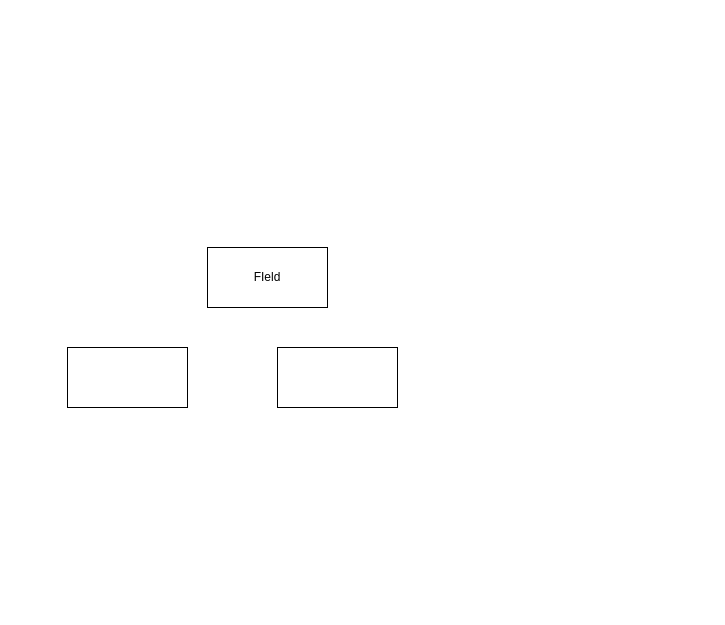
Above: Диаграмма без названия.drawio in denisbobrov0702/AbstrackAddressBook (draw.io), before the change. Source tidied: cells renumbered, new cells numbered last; positions are measured from the earlier drawing's top-left corner, leaving out a move shared by most shapes. Both pictures are drawn from the tidied source at 100%, with x=0, y=0 at pixel (67, 247).
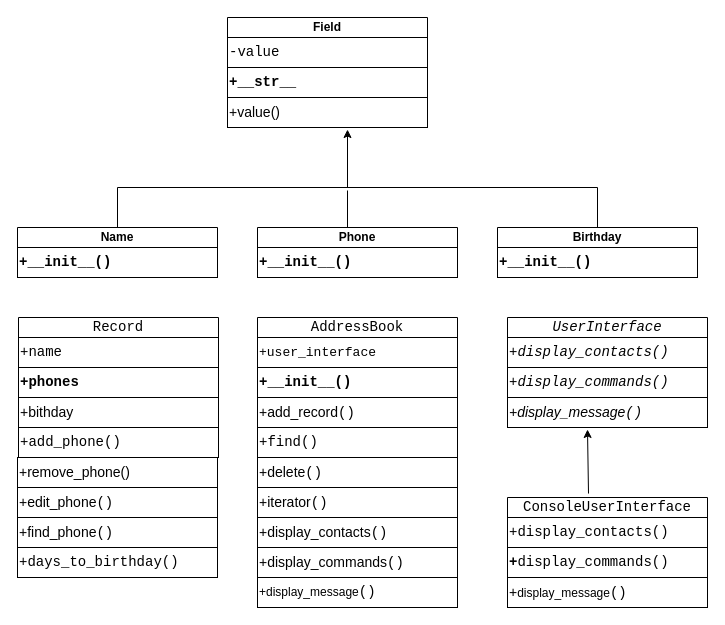
The same diagram, later.

Commit message (it also covers changes not shown here):
UML_AddressBook

The edit, as a diff of the source:
```diff
@@
-    <mxCell id="2" value="FIeld" style="rounded=0;whiteSpace=wrap;html=1;" parent="1" vertex="1">
-      <mxGeometry x="140" width="120" height="60" as="geometry" />
-    </mxCell>
-    <mxCell id="3" style="rounded=0;whiteSpace=wrap;html=1;" parent="1" vertex="1">
-      <mxGeometry x="210" y="100" width="120" height="60" as="geometry" />
-    </mxCell>
+    <mxCell id="5" value="Field&lt;br&gt;" style="swimlane;whiteSpace=wrap;html=1;startSize=20;" parent="1" vertex="1">
+      <mxGeometry x="160" y="-230" width="200" height="110" as="geometry" />
+    </mxCell>
-    <mxCell id="4" style="rounded=0;whiteSpace=wrap;html=1;" parent="1" vertex="1">
-      <mxGeometry y="100" width="120" height="60" as="geometry" />
+    <mxCell id="4" value="&lt;div style=&quot;font-family: Consolas, &amp;quot;Courier New&amp;quot;, monospace; font-size: 14px; line-height: 19px;&quot;&gt;&lt;span style=&quot;background-color: rgb(255, 255, 255);&quot;&gt;-value &lt;/span&gt;&lt;/div&gt;" style="rounded=0;whiteSpace=wrap;html=1;fontColor=#000000;align=left;" parent="5" vertex="1">
+      <mxGeometry y="20" width="200" height="30" as="geometry" />
     </mxCell>
+    <mxCell id="6" value="&lt;div style=&quot;font-family: Consolas, &amp;quot;Courier New&amp;quot;, monospace; font-size: 14px; line-height: 19px;&quot;&gt;&lt;span style=&quot;background-color: rgb(255, 255, 255);&quot;&gt;&lt;b style=&quot;&quot;&gt;+__str__&lt;/b&gt;&lt;/span&gt;&lt;/div&gt;" style="whiteSpace=wrap;html=1;align=left;" parent="5" vertex="1">
+      <mxGeometry y="50" width="200" height="30" as="geometry" />
+    </mxCell>
+    <mxCell id="7" value="&lt;font style=&quot;font-size: 14px;&quot;&gt;+value()&lt;/font&gt;" style="whiteSpace=wrap;html=1;align=left;" parent="5" vertex="1">
+      <mxGeometry y="80" width="200" height="30" as="geometry" />
+    </mxCell>
+    <mxCell id="8" value="&lt;div style=&quot;font-family: Consolas, &amp;quot;Courier New&amp;quot;, monospace; font-size: 14px; line-height: 19px;&quot;&gt;&lt;span style=&quot;background-color: rgb(255, 255, 255);&quot;&gt;+days_to_birthday()&lt;/span&gt;&lt;/div&gt;" style="whiteSpace=wrap;html=1;align=left;" parent="1" vertex="1">
+      <mxGeometry x="-50" y="300" width="200" height="30" as="geometry" />
+    </mxCell>
+    <mxCell id="9" value="+remove_phone()" style="whiteSpace=wrap;html=1;align=left;fontSize=14;labelBackgroundColor=none;fontColor=default;" parent="1" vertex="1">
+      <mxGeometry x="-50" y="210" width="200" height="30" as="geometry" />
+    </mxCell>
+    <mxCell id="10" value="+edit_phone&lt;span style=&quot;font-family: Consolas, &amp;quot;Courier New&amp;quot;, monospace; font-size: 14px;&quot;&gt;()&lt;/span&gt;" style="whiteSpace=wrap;html=1;align=left;fontSize=14;labelBackgroundColor=none;fontColor=default;" parent="1" vertex="1">
+      <mxGeometry x="-50" y="240" width="200" height="30" as="geometry" />
+    </mxCell>
+    <mxCell id="11" value="Name" style="swimlane;whiteSpace=wrap;html=1;startSize=20;" parent="1" vertex="1">
+      <mxGeometry x="-50" y="-20" width="200" height="50" as="geometry" />
+    </mxCell>
+    <mxCell id="12" value="&lt;div style=&quot;font-family: Consolas, &amp;quot;Courier New&amp;quot;, monospace; font-size: 14px; line-height: 19px;&quot;&gt;&lt;div style=&quot;line-height: 19px;&quot;&gt;&lt;span style=&quot;background-color: rgb(255, 255, 255);&quot;&gt;&lt;b style=&quot;&quot;&gt;+__init__()&lt;/b&gt;&lt;/span&gt;&lt;/div&gt;&lt;/div&gt;" style="rounded=0;whiteSpace=wrap;html=1;fontColor=#000000;align=left;" parent="11" vertex="1">
+      <mxGeometry y="20" width="200" height="30" as="geometry" />
+    </mxCell>
+    <mxCell id="13" value="Phone" style="swimlane;whiteSpace=wrap;html=1;startSize=20;" parent="1" vertex="1">
+      <mxGeometry x="190" y="-20" width="200" height="50" as="geometry" />
+    </mxCell>
+    <mxCell id="14" value="&lt;div style=&quot;font-family: Consolas, &amp;quot;Courier New&amp;quot;, monospace; font-size: 14px; line-height: 19px;&quot;&gt;&lt;div style=&quot;line-height: 19px;&quot;&gt;&lt;span style=&quot;background-color: rgb(255, 255, 255);&quot;&gt;&lt;b style=&quot;&quot;&gt;+__init__()&lt;/b&gt;&lt;/span&gt;&lt;/div&gt;&lt;/div&gt;" style="rounded=0;whiteSpace=wrap;html=1;fontColor=#000000;align=left;" parent="13" vertex="1">
+      <mxGeometry y="20" width="200" height="30" as="geometry" />
+    </mxCell>
+    <mxCell id="15" value="Birthday" style="swimlane;whiteSpace=wrap;html=1;startSize=20;" parent="1" vertex="1">
+      <mxGeometry x="430" y="-20" width="200" height="50" as="geometry" />
+    </mxCell>
+    <mxCell id="16" value="&lt;div style=&quot;font-family: Consolas, &amp;quot;Courier New&amp;quot;, monospace; font-size: 14px; line-height: 19px;&quot;&gt;&lt;div style=&quot;line-height: 19px;&quot;&gt;&lt;span style=&quot;background-color: rgb(255, 255, 255);&quot;&gt;&lt;b style=&quot;&quot;&gt;+__init__()&lt;/b&gt;&lt;/span&gt;&lt;/div&gt;&lt;/div&gt;" style="rounded=0;whiteSpace=wrap;html=1;fontColor=#000000;align=left;" parent="15" vertex="1">
+      <mxGeometry y="20" width="200" height="30" as="geometry" />
+    </mxCell>
+    <mxCell id="17" style="endArrow=none;html=1;rounded=0;" parent="1" edge="1">
+      <mxGeometry relative="1" as="geometry">
+        <mxPoint x="50" y="-20" as="sourcePoint" />
+        <mxPoint x="50" y="-60" as="targetPoint" />
+      </mxGeometry>
+    </mxCell>
+    <mxCell id="18" style="endArrow=none;html=1;rounded=0;" parent="1" edge="1">
+      <mxGeometry relative="1" as="geometry">
+        <mxPoint x="50" y="-60" as="sourcePoint" />
+        <mxPoint x="530" y="-60" as="targetPoint" />
+      </mxGeometry>
+    </mxCell>
+    <mxCell id="19" style="endArrow=none;html=1;rounded=0;exitX=0.5;exitY=0;exitDx=0;exitDy=0;entryX=-0.1;entryY=0.4;entryDx=0;entryDy=0;entryPerimeter=0;" parent="1" edge="1" source="15">
+      <mxGeometry relative="1" as="geometry">
+        <mxPoint x="530" y="-60" as="targetPoint" />
+      </mxGeometry>
+    </mxCell>
+    <mxCell id="20" style="endArrow=none;html=1;rounded=0;exitX=0.43;exitY=-0.06;exitDx=0;exitDy=0;exitPerimeter=0;" parent="1" edge="1">
+      <mxGeometry relative="1" as="geometry">
+        <mxPoint x="280" y="-20" as="sourcePoint" />
+        <mxPoint x="280" y="-57" as="targetPoint" />
+      </mxGeometry>
+    </mxCell>
+    <mxCell id="21" style="endArrow=classic;html=1;rounded=0;entryX=0.6;entryY=1.067;entryDx=0;entryDy=0;entryPerimeter=0;" parent="1" edge="1" target="7">
+      <mxGeometry relative="1" as="geometry">
+        <mxPoint x="280" y="-60" as="sourcePoint" />
+      </mxGeometry>
+    </mxCell>
+    <mxCell id="22" value="&lt;div style=&quot;font-family: Consolas, &amp;quot;Courier New&amp;quot;, monospace; font-weight: normal; font-size: 14px; line-height: 19px;&quot;&gt;&lt;span style=&quot;background-color: rgb(255, 255, 255);&quot;&gt;Record&lt;/span&gt;&lt;/div&gt;" style="swimlane;whiteSpace=wrap;html=1;startSize=20;" parent="1" vertex="1">
+      <mxGeometry x="-49" y="70" width="200" height="140" as="geometry" />
+    </mxCell>
+    <mxCell id="23" value="&lt;div style=&quot;font-family: Consolas, &amp;quot;Courier New&amp;quot;, monospace; font-size: 14px; line-height: 19px;&quot;&gt;&lt;span style=&quot;background-color: rgb(255, 255, 255);&quot;&gt;+name&lt;/span&gt;&lt;/div&gt;" style="rounded=0;whiteSpace=wrap;html=1;fontColor=#000000;align=left;" parent="22" vertex="1">
+      <mxGeometry y="20" width="200" height="30" as="geometry" />
+    </mxCell>
+    <mxCell id="24" value="&lt;div style=&quot;font-family: Consolas, &amp;quot;Courier New&amp;quot;, monospace; font-size: 14px; line-height: 19px;&quot;&gt;&lt;span style=&quot;font-size: 14px;&quot;&gt;&lt;b style=&quot;font-size: 14px;&quot;&gt;+phones&lt;/b&gt;&lt;/span&gt;&lt;/div&gt;" style="whiteSpace=wrap;html=1;align=left;fontSize=14;labelBackgroundColor=none;fontColor=default;" parent="22" vertex="1">
+      <mxGeometry y="50" width="200" height="30" as="geometry" />
+    </mxCell>
+    <mxCell id="25" value="&lt;font style=&quot;font-size: 14px;&quot;&gt;+bithday&lt;/font&gt;" style="whiteSpace=wrap;html=1;align=left;fontSize=14;labelBackgroundColor=none;fontColor=default;" parent="22" vertex="1">
+      <mxGeometry y="80" width="200" height="30" as="geometry" />
+    </mxCell>
+    <mxCell id="26" value="&lt;div style=&quot;font-family: Consolas, &amp;quot;Courier New&amp;quot;, monospace; font-size: 14px; line-height: 19px;&quot;&gt;+add_phone()&lt;/div&gt;" style="whiteSpace=wrap;html=1;align=left;fontSize=14;labelBackgroundColor=none;fontColor=default;" parent="22" vertex="1">
+      <mxGeometry y="110" width="200" height="30" as="geometry" />
+    </mxCell>
+    <mxCell id="27" value="+find_phone&lt;span style=&quot;font-family: Consolas, &amp;quot;Courier New&amp;quot;, monospace; font-size: 14px;&quot;&gt;()&lt;/span&gt;" style="whiteSpace=wrap;html=1;align=left;fontSize=14;labelBackgroundColor=none;fontColor=default;" parent="1" vertex="1">
+      <mxGeometry x="-50" y="270" width="200" height="30" as="geometry" />
+    </mxCell>
+    <mxCell id="28" value="+display_contacts&lt;span style=&quot;font-family: Consolas, &amp;quot;Courier New&amp;quot;, monospace; font-size: 14px;&quot;&gt;()&lt;/span&gt;" style="whiteSpace=wrap;html=1;labelBackgroundColor=none;fontColor=default;align=left;fontSize=14;" parent="1" vertex="1">
+      <mxGeometry x="190" y="270" width="200" height="30" as="geometry" />
+    </mxCell>
+    <mxCell id="29" value="+iterator&lt;span style=&quot;font-family: Consolas, &amp;quot;Courier New&amp;quot;, monospace; font-size: 14px;&quot;&gt;()&lt;/span&gt;" style="whiteSpace=wrap;html=1;labelBackgroundColor=none;fontColor=default;align=left;fontSize=14;" parent="1" vertex="1">
+      <mxGeometry x="190" y="240" width="200" height="30" as="geometry" />
+    </mxCell>
+    <mxCell id="30" value="+delete&lt;span style=&quot;font-family: Consolas, &amp;quot;Courier New&amp;quot;, monospace; font-size: 14px;&quot;&gt;()&lt;/span&gt;" style="whiteSpace=wrap;html=1;labelBackgroundColor=none;fontColor=default;align=left;fontSize=14;" parent="1" vertex="1">
+      <mxGeometry x="190" y="210" width="200" height="30" as="geometry" />
+    </mxCell>
+    <mxCell id="31" value="+display_commands&lt;span style=&quot;font-family: Consolas, &amp;quot;Courier New&amp;quot;, monospace; font-size: 14px;&quot;&gt;(&lt;/span&gt;&lt;span style=&quot;font-family: Consolas, &amp;quot;Courier New&amp;quot;, monospace; font-size: 14px;&quot;&gt;)&lt;/span&gt;" style="whiteSpace=wrap;html=1;align=left;labelBackgroundColor=none;fontColor=default;fontSize=14;" parent="1" vertex="1">
+      <mxGeometry x="190" y="300" width="200" height="30" as="geometry" />
+    </mxCell>
+    <mxCell id="32" value="&lt;div style=&quot;font-family: Consolas, &amp;quot;Courier New&amp;quot;, monospace; font-weight: normal; font-size: 14px; line-height: 19px;&quot;&gt;&lt;div style=&quot;line-height: 19px;&quot;&gt;AddressBook&lt;/div&gt;&lt;/div&gt;" style="swimlane;whiteSpace=wrap;html=1;startSize=20;labelBackgroundColor=none;fontColor=#000000;" parent="1" vertex="1">
+      <mxGeometry x="190" y="70" width="200" height="140" as="geometry" />
+    </mxCell>
+    <mxCell id="33" value="&lt;div style=&quot;font-family: Consolas, &amp;quot;Courier New&amp;quot;, monospace; font-size: 13px; line-height: 19px;&quot;&gt;&lt;div style=&quot;line-height: 19px; font-size: 13px;&quot;&gt;+user_interface&lt;/div&gt;&lt;/div&gt;" style="rounded=0;whiteSpace=wrap;html=1;fontColor=default;align=left;labelBackgroundColor=none;fontSize=13;" parent="32" vertex="1">
+      <mxGeometry y="20" width="200" height="30" as="geometry" />
+    </mxCell>
+    <mxCell id="34" value="&lt;div style=&quot;font-family: Consolas, &amp;quot;Courier New&amp;quot;, monospace; font-size: 14px; line-height: 19px;&quot;&gt;&lt;b style=&quot;border-color: var(--border-color); font-size: 14px;&quot;&gt;+__init__()&lt;/b&gt;&lt;br style=&quot;font-size: 14px;&quot;&gt;&lt;/div&gt;" style="whiteSpace=wrap;html=1;align=left;fontSize=14;labelBackgroundColor=none;fontColor=default;" parent="32" vertex="1">
+      <mxGeometry y="50" width="200" height="30" as="geometry" />
+    </mxCell>
+    <mxCell id="35" value="&lt;font style=&quot;font-size: 14px;&quot;&gt;+&lt;/font&gt;add_record&lt;span style=&quot;font-family: Consolas, &amp;quot;Courier New&amp;quot;, monospace; font-size: 14px;&quot;&gt;()&lt;/span&gt;" style="whiteSpace=wrap;html=1;align=left;fontSize=14;labelBackgroundColor=none;fontColor=default;" parent="32" vertex="1">
+      <mxGeometry y="80" width="200" height="30" as="geometry" />
+    </mxCell>
+    <mxCell id="36" value="&lt;div style=&quot;font-family: Consolas, &amp;quot;Courier New&amp;quot;, monospace; font-size: 14px; line-height: 19px;&quot;&gt;+find&lt;span style=&quot;font-size: 14px;&quot;&gt;()&lt;/span&gt;&lt;/div&gt;" style="whiteSpace=wrap;html=1;align=left;fontSize=14;labelBackgroundColor=none;fontColor=default;" parent="32" vertex="1">
+      <mxGeometry y="110" width="200" height="30" as="geometry" />
+    </mxCell>
+    <mxCell id="37" value="&lt;font style=&quot;background-color: rgb(255, 255, 255);&quot;&gt;+display_message&lt;span style=&quot;font-family: Consolas, &amp;quot;Courier New&amp;quot;, monospace; font-size: 14px;&quot;&gt;()&lt;/span&gt;&lt;/font&gt;" style="whiteSpace=wrap;html=1;align=left;" parent="1" vertex="1">
+      <mxGeometry x="190" y="330" width="200" height="30" as="geometry" />
+    </mxCell>
+    <mxCell id="38" value="&lt;div style=&quot;font-family: Consolas, &amp;quot;Courier New&amp;quot;, monospace; font-weight: normal; font-size: 14px; line-height: 19px;&quot;&gt;&lt;span&gt;UserInterface&lt;/span&gt;&lt;/div&gt;" style="swimlane;whiteSpace=wrap;html=1;startSize=20;labelBackgroundColor=none;fontColor=default;fontStyle=2;" parent="1" vertex="1">
+      <mxGeometry x="440" y="70" width="200" height="110" as="geometry" />
+    </mxCell>
+    <mxCell id="39" value="&lt;div style=&quot;font-family: Consolas, &amp;quot;Courier New&amp;quot;, monospace; font-size: 14px; line-height: 19px;&quot;&gt;&lt;span style=&quot;&quot;&gt;+&lt;/span&gt;display_contacts&lt;span style=&quot;&quot;&gt;()&lt;/span&gt;&lt;/div&gt;" style="rounded=0;whiteSpace=wrap;html=1;fontColor=default;align=left;labelBackgroundColor=none;fontStyle=2;" parent="38" vertex="1">
+      <mxGeometry y="20" width="200" height="30" as="geometry" />
+    </mxCell>
+    <mxCell id="40" value="&lt;div style=&quot;font-family: Consolas, &amp;quot;Courier New&amp;quot;, monospace; font-size: 14px; line-height: 19px;&quot;&gt;&lt;div style=&quot;line-height: 19px; font-size: 14px;&quot;&gt;+display_commands()&lt;/div&gt;&lt;/div&gt;" style="whiteSpace=wrap;html=1;align=left;labelBackgroundColor=none;fontColor=default;fontStyle=2;fontSize=14;" parent="38" vertex="1">
+      <mxGeometry y="50" width="200" height="30" as="geometry" />
+    </mxCell>
+    <mxCell id="41" value="&lt;font style=&quot;font-size: 14px;&quot;&gt;+&lt;/font&gt;display_message&lt;span style=&quot;font-family: Consolas, &amp;quot;Courier New&amp;quot;, monospace; font-size: 14px;&quot;&gt;()&lt;/span&gt;" style="whiteSpace=wrap;html=1;align=left;labelBackgroundColor=none;fontColor=default;fontStyle=2;fontSize=14;" parent="38" vertex="1">
+      <mxGeometry y="80" width="200" height="30" as="geometry" />
+    </mxCell>
+    <mxCell id="42" value="&lt;div style=&quot;font-family: Consolas, &amp;quot;Courier New&amp;quot;, monospace; font-weight: normal; font-size: 14px; line-height: 19px;&quot;&gt;&lt;span style=&quot;background-color: rgb(255, 255, 255);&quot;&gt;ConsoleUserInterface&lt;/span&gt;&lt;/div&gt;" style="swimlane;whiteSpace=wrap;html=1;startSize=20;" parent="1" vertex="1">
+      <mxGeometry x="440" y="250" width="200" height="110" as="geometry" />
+    </mxCell>
+    <mxCell id="43" value="&lt;div style=&quot;font-family: Consolas, &amp;quot;Courier New&amp;quot;, monospace; font-size: 14px; line-height: 19px;&quot;&gt;&lt;div style=&quot;line-height: 19px;&quot;&gt;+display_contacts()&lt;/div&gt;&lt;/div&gt;" style="rounded=0;whiteSpace=wrap;html=1;fontColor=default;align=left;labelBackgroundColor=none;" parent="42" vertex="1">
+      <mxGeometry y="20" width="200" height="30" as="geometry" />
+    </mxCell>
+    <mxCell id="44" value="&lt;div style=&quot;font-family: Consolas, &amp;quot;Courier New&amp;quot;, monospace; font-size: 14px; line-height: 19px;&quot;&gt;&lt;span style=&quot;&quot;&gt;&lt;b style=&quot;&quot;&gt;+&lt;/b&gt;&lt;/span&gt;display_commands&lt;span style=&quot;&quot;&gt;()&lt;/span&gt;&lt;/div&gt;" style="whiteSpace=wrap;html=1;align=left;fontColor=default;labelBackgroundColor=none;" parent="42" vertex="1">
+      <mxGeometry y="50" width="200" height="30" as="geometry" />
+    </mxCell>
+    <mxCell id="45" value="&lt;span style=&quot;background-color: rgb(255, 255, 255);&quot;&gt;&lt;font style=&quot;font-size: 14px;&quot;&gt;+&lt;/font&gt;display_message&lt;span style=&quot;font-family: Consolas, &amp;quot;Courier New&amp;quot;, monospace; font-size: 14px;&quot;&gt;()&lt;/span&gt;&lt;/span&gt;" style="whiteSpace=wrap;html=1;align=left;" parent="42" vertex="1">
+      <mxGeometry y="80" width="200" height="30" as="geometry" />
+    </mxCell>
+    <mxCell id="46" style="endArrow=classic;html=1;rounded=0;entryX=0.6;entryY=1.067;entryDx=0;entryDy=0;entryPerimeter=0;exitX=0.405;exitY=-0.036;exitDx=0;exitDy=0;exitPerimeter=0;" parent="1" edge="1" source="42">
+      <mxGeometry relative="1" as="geometry">
+        <mxPoint x="520" y="182" as="targetPoint" />
+      </mxGeometry>
+    </mxCell>
```
